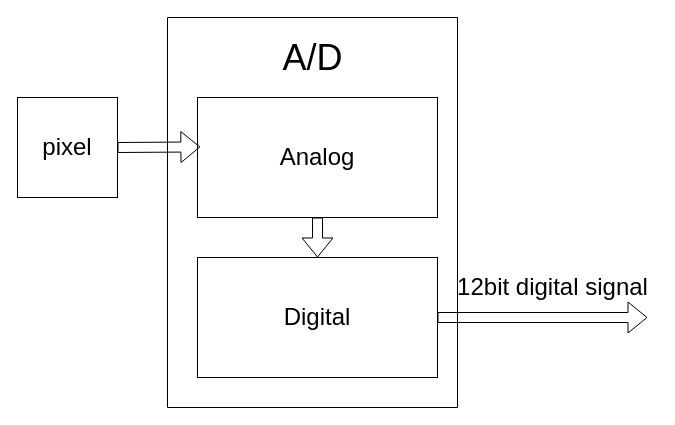
sabarioded/Patterns_Project keeps this draw.io diagram as Diagrams/Copy of Background 3.drawio. Above is the earlier version. Source tidied: cells renumbered, new cells numbered last; positions are measured from the earlier drawing's top-left corner, leaving out a move shared by most shapes. Both pictures are drawn from the tidied source at 100%, with x=0, y=0 at pixel (17, 17).
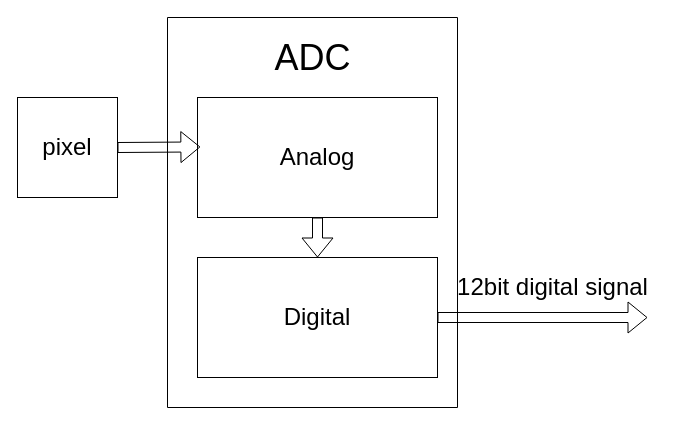
The same page after the edit.

What changed in the source:
```diff
@@
 <mxGraphModel>
   <root>
     <mxCell id="0" />
     <mxCell id="1" parent="0" />
     <mxCell id="2" value="&lt;font style=&quot;font-size: 24px;&quot;&gt;12bit digital signal&lt;/font&gt;" style="text;html=1;align=center;verticalAlign=middle;strokeColor=none;fillColor=none;" parent="1" vertex="1">
       <mxGeometry x="430" y="250" width="210" height="40" as="geometry" />
     </mxCell>
     <mxCell id="3" value="&lt;font style=&quot;font-size: 24px;&quot;&gt;Analog&lt;/font&gt;" style="rounded=0;whiteSpace=wrap;html=1;" parent="1" vertex="1">
       <mxGeometry x="180" y="80" width="240" height="120" as="geometry" />
     </mxCell>
     <mxCell id="4" value="&lt;font style=&quot;font-size: 24px;&quot;&gt;Digital&lt;/font&gt;" style="rounded=0;whiteSpace=wrap;html=1;" parent="1" vertex="1">
       <mxGeometry x="180" y="240" width="240" height="120" as="geometry" />
     </mxCell>
     <mxCell id="5" style="shape=flexArrow;endArrow=classic;html=1;rounded=0;exitX=1;exitY=0.5;exitDx=0;exitDy=0;" parent="1" edge="1" source="4">
       <mxGeometry relative="1" as="geometry">
         <mxPoint x="630" y="300" as="targetPoint" />
       </mxGeometry>
     </mxCell>
     <mxCell id="6" style="shape=flexArrow;endArrow=classic;html=1;rounded=0;exitX=0.5;exitY=1;exitDx=0;exitDy=0;entryX=0.5;entryY=0;entryDx=0;entryDy=0;" parent="1" edge="1" source="3" target="4">
       <mxGeometry relative="1" as="geometry" />
     </mxCell>
     <mxCell id="7" style="swimlane;startSize=0;" parent="1" vertex="1">
       <mxGeometry x="150" width="290" height="390" as="geometry" />
     </mxCell>
-    <mxCell id="8" value="&lt;font style=&quot;font-size: 36px;&quot;&gt;A/D&lt;/font&gt;" style="text;html=1;align=center;verticalAlign=middle;strokeColor=none;fillColor=none;" parent="7" vertex="1">
-      <mxGeometry x="105" y="10" width="80" height="60" as="geometry" />
+    <mxCell id="8" value="&lt;font style=&quot;font-size: 36px;&quot;&gt;ADC&lt;/font&gt;" style="text;html=1;align=center;verticalAlign=middle;strokeColor=none;fillColor=none;" parent="7" vertex="1">
+      <mxGeometry x="95" y="10" width="100" height="60" as="geometry" />
     </mxCell>
     <mxCell id="9" value="&lt;font style=&quot;font-size: 24px;&quot;&gt;pixel&lt;/font&gt;" style="rounded=0;whiteSpace=wrap;html=1;" parent="1" vertex="1">
       <mxGeometry y="80" width="100" height="100" as="geometry" />
     </mxCell>
     <mxCell id="10" style="shape=flexArrow;endArrow=classic;html=1;rounded=0;exitX=1;exitY=0.5;exitDx=0;exitDy=0;entryX=0.012;entryY=0.412;entryDx=0;entryDy=0;entryPerimeter=0;" parent="1" edge="1" source="9" target="3">
       <mxGeometry relative="1" as="geometry" />
     </mxCell>
   </root>
 </mxGraphModel>
```
